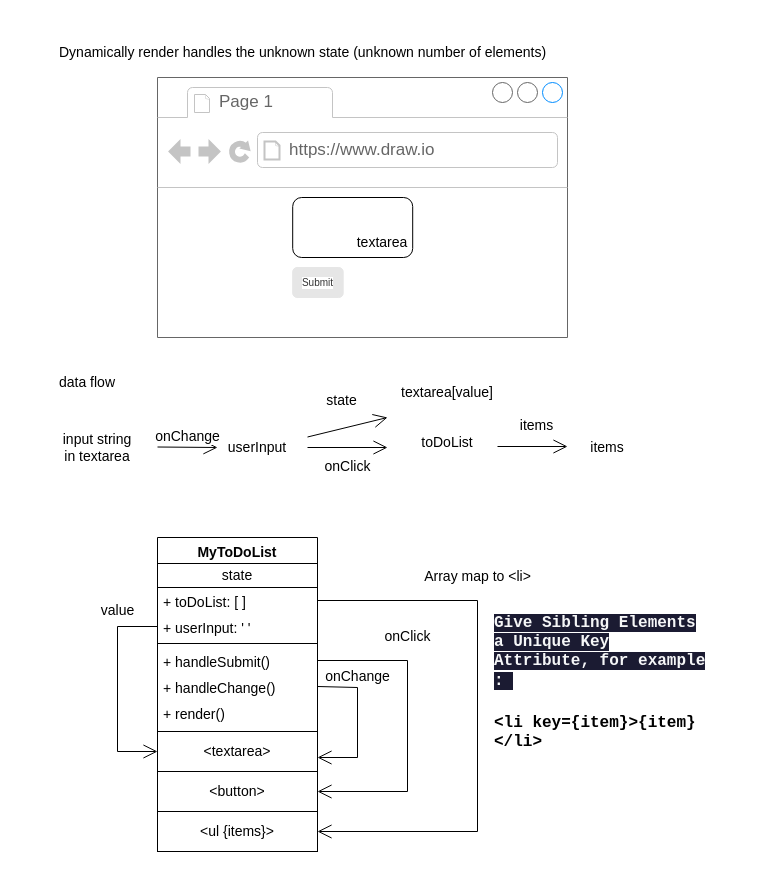
The draw.io diagram page "18 Array.map()" (27 of 29) of Diagram.drawio in f2xiao/learn-react, before the edit. Source tidied: cells renumbered, new cells numbered last; positions are measured from the earlier drawing's top-left corner, leaving out a move shared by most shapes. Both pictures are drawn from the tidied source at 100%, with x=0, y=0 at pixel (57, 37).
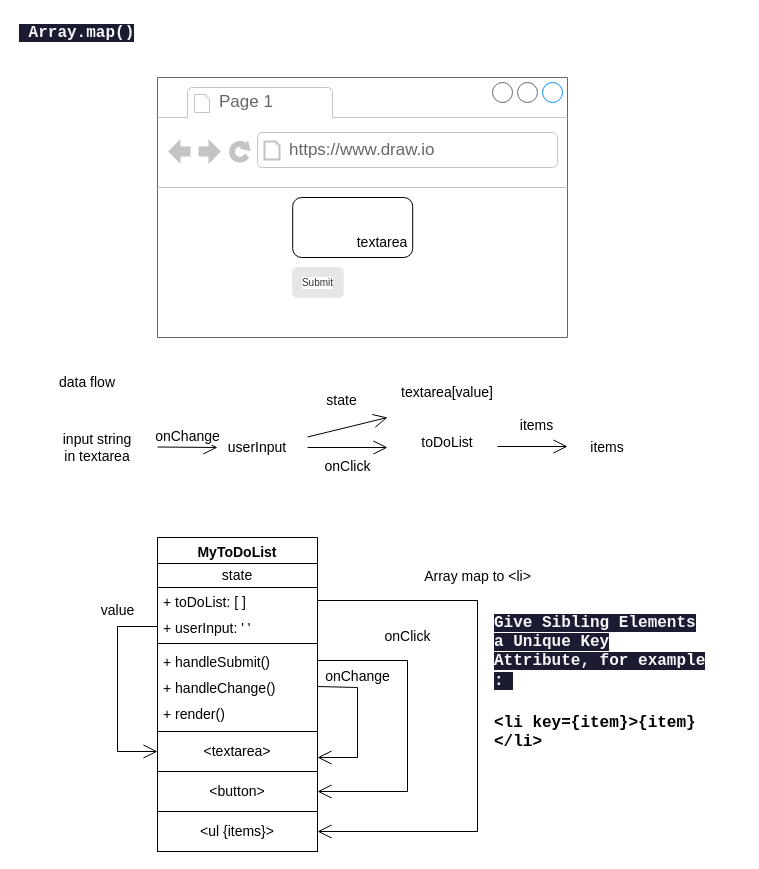
The same page after the edit.

Diff of the diagram source:
```diff
@@
-    <mxCell id="2" value="&lt;span style=&quot;font-style: normal; font-variant-ligatures: normal; font-variant-caps: normal; letter-spacing: normal; orphans: 2; text-align: start; text-indent: 0px; text-transform: none; widows: 2; word-spacing: 0px; -webkit-text-stroke-width: 0px; text-decoration-thickness: initial; text-decoration-style: initial; text-decoration-color: initial; float: none; background-color: rgb(255, 255, 255); display: inline !important;&quot;&gt;&lt;font style=&quot;font-size: 14px;&quot;&gt;&lt;span style=&quot;text-align: center;&quot;&gt;Dynamically render&amp;nbsp;&lt;/span&gt;handles the unknown state (unknown number of elements)&lt;/font&gt;&lt;/span&gt;" style="text;whiteSpace=wrap;html=1;fontSize=14;fontColor=#000000;" parent="1" vertex="1">
-      <mxGeometry width="530" height="30" as="geometry" />
-    </mxCell>
@@
+    <mxCell id="36" value="&lt;span style=&quot;color: rgb(245, 246, 247); font-family: &amp;quot;Roboto Mono&amp;quot;, monospace; font-size: 16px; font-style: normal; font-variant-ligatures: normal; font-variant-caps: normal; font-weight: 700; letter-spacing: normal; orphans: 2; text-align: center; text-indent: 0px; text-transform: none; widows: 2; word-spacing: 0px; -webkit-text-stroke-width: 0px; background-color: rgb(27, 27, 50); text-decoration-thickness: initial; text-decoration-style: initial; text-decoration-color: initial; float: none; display: inline !important;&quot;&gt;&lt;span&gt;&amp;nbsp;&lt;/span&gt;Array.map()&lt;/span&gt;" style="text;whiteSpace=wrap;html=1;fontSize=14;fontFamily=Helvetica;fontColor=#000000;" parent="1" vertex="1">
+      <mxGeometry x="-40" y="-20" width="130" height="30" as="geometry" />
+    </mxCell>
```
